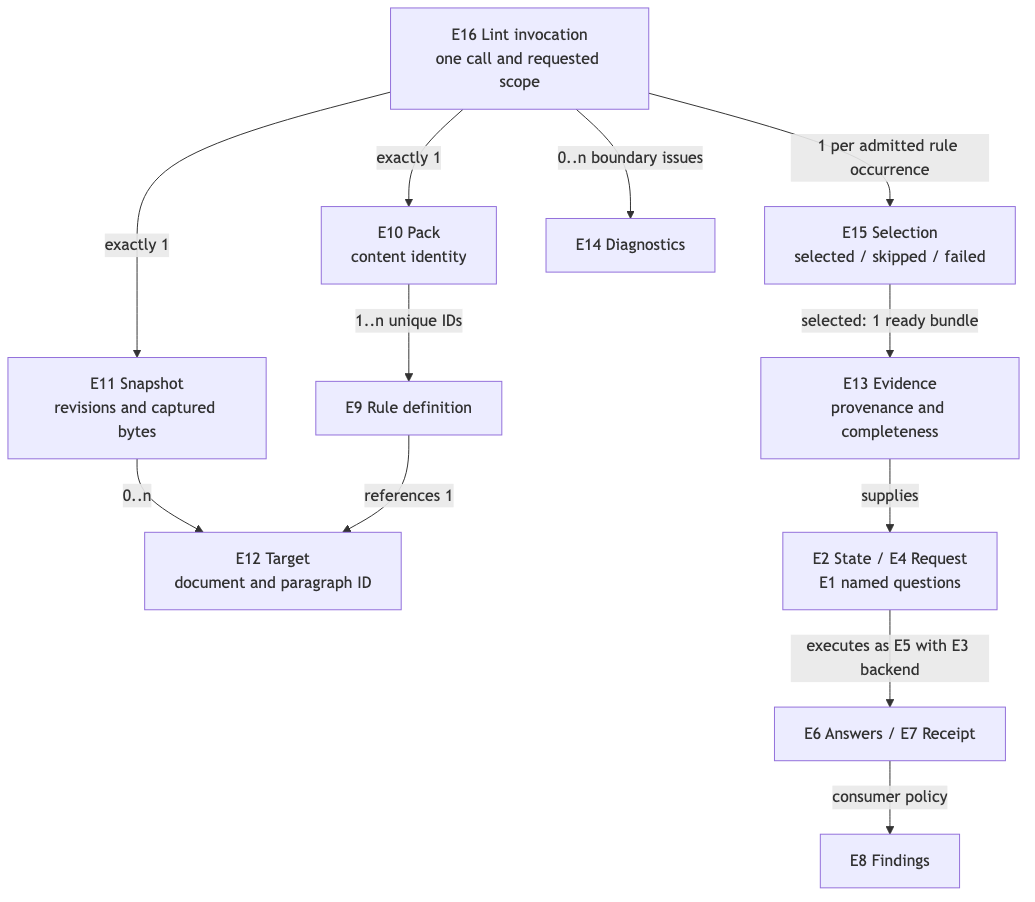
Before: docs/specs/2026-10-12-rust-rule-engine/assets/specification-entities.png, a diagram exported from Mermaid (ShravanSunder/sunstack-tools). Its source is kept beside it as docs/specs/2026-10-12-rust-rule-engine/assets/specification-entities.mmd. The source it was exported from:
```mermaid
flowchart TB
  P["E10 Pack<br/>content identity"] -->|"1..n unique IDs"| D["E9 Rule definition"]
  L["E16 Lint invocation<br/>one call and requested scope"] -->|"exactly 1"| P
  L -->|"exactly 1"| S["E11 Snapshot<br/>revisions and captured bytes"]
  S -->|"0..n"| T["E12 Target<br/>document and paragraph ID"]
  D -->|"references 1"| T
  L -->|"1 per admitted rule occurrence"| X["E15 Selection<br/>selected / skipped / failed"]
  X -->|"selected: 1 ready bundle"| B["E13 Evidence<br/>provenance and completeness"]
  B -->|"supplies"| Q["E2 State / E4 Request<br/>E1 named questions"]
  Q -->|"executes as E5 with E3 backend"| A["E6 Answers / E7 Receipt"]
  A -->|"consumer policy"| F["E8 Findings"]
  L -->|"0..n boundary issues"| I["E14 Diagnostics"]
```
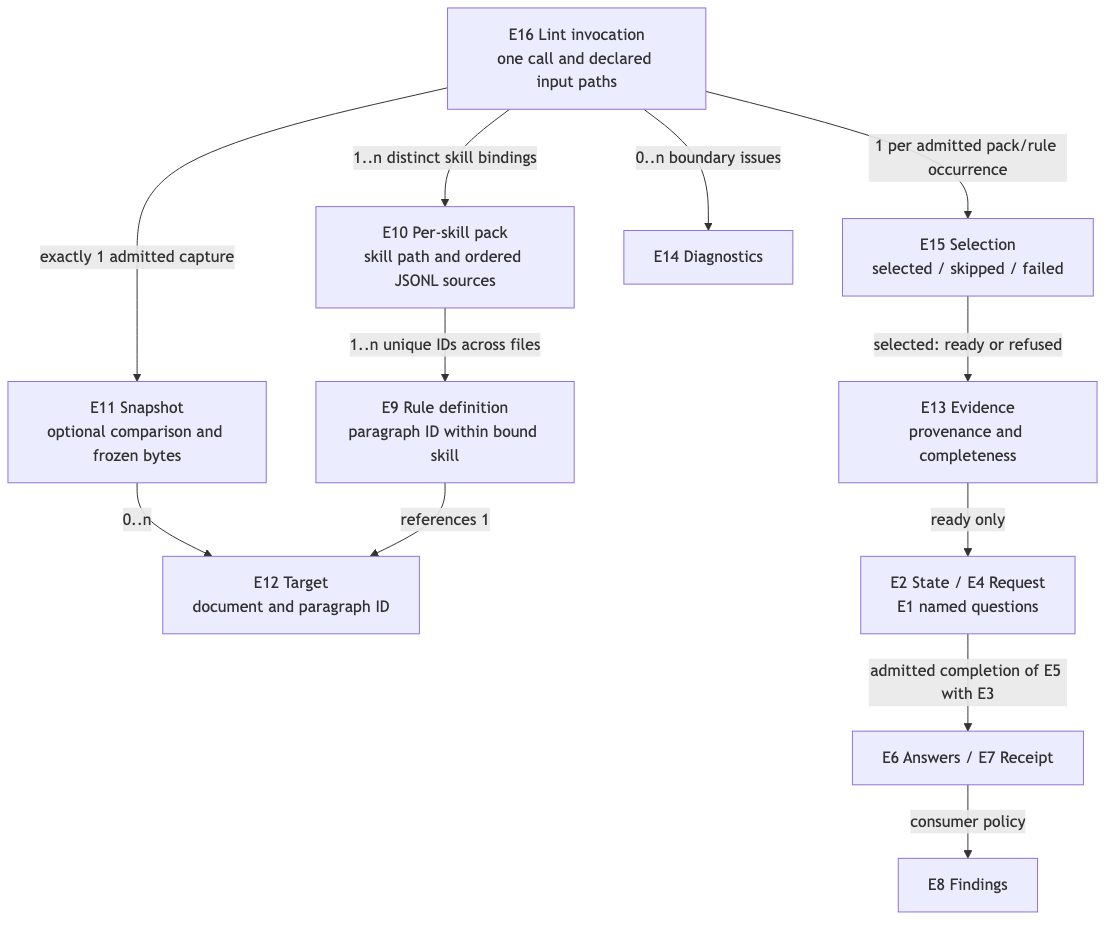
Later version of the same file.

What changed in the source:
```diff
@@ -1,12 +1,12 @@
 flowchart TB
-  P["E10 Pack<br/>content identity"] -->|"1..n unique IDs"| D["E9 Rule definition"]
-  L["E16 Lint invocation<br/>one call and requested scope"] -->|"exactly 1"| P
-  L -->|"exactly 1"| S["E11 Snapshot<br/>revisions and captured bytes"]
+  P["E10 Per-skill pack<br/>skill path and ordered JSONL sources"] -->|"1..n unique IDs across files"| D["E9 Rule definition<br/>paragraph ID within bound skill"]
+  L["E16 Lint invocation<br/>one call and declared input paths"] -->|"1..n distinct skill bindings"| P
+  L -->|"exactly 1 admitted capture"| S["E11 Snapshot<br/>optional comparison and frozen bytes"]
   S -->|"0..n"| T["E12 Target<br/>document and paragraph ID"]
   D -->|"references 1"| T
-  L -->|"1 per admitted rule occurrence"| X["E15 Selection<br/>selected / skipped / failed"]
-  X -->|"selected: 1 ready bundle"| B["E13 Evidence<br/>provenance and completeness"]
-  B -->|"supplies"| Q["E2 State / E4 Request<br/>E1 named questions"]
-  Q -->|"executes as E5 with E3 backend"| A["E6 Answers / E7 Receipt"]
+  L -->|"1 per admitted pack/rule occurrence"| X["E15 Selection<br/>selected / skipped / failed"]
+  X -->|"selected: ready or refused"| B["E13 Evidence<br/>provenance and completeness"]
+  B -->|"ready only"| Q["E2 State / E4 Request<br/>E1 named questions"]
+  Q -->|"admitted completion of E5 with E3"| A["E6 Answers / E7 Receipt"]
   A -->|"consumer policy"| F["E8 Findings"]
   L -->|"0..n boundary issues"| I["E14 Diagnostics"]
```
